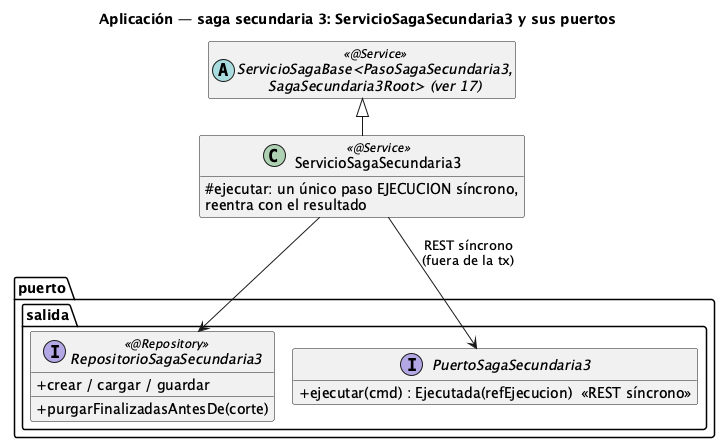
The PlantUML diagram order-manager/docs/21-clases-aplicacion-saga-secundaria3.png in ralcazar/patrones, before a commit. Its diagram source:
```plantuml
@startuml 21-clases-aplicacion-saga-secundaria3
title Aplicación — saga secundaria 3: ServicioSagaSecundaria3 y sus puertos
!pragma layout smetana
hide empty members
skinparam classAttributeIconSize 0

abstract class "ServicioSagaBase<PasoSagaSecundaria3,\nSagaSecundaria3Root> (ver 17)" as Base <<@Service>>

class ServicioSagaSecundaria3 <<@Service>> {
  #ejecutar: un único paso EJECUCION síncrono,\nreentra con el resultado
}

package "puerto.salida" {
  interface RepositorioSagaSecundaria3 <<@Repository>> {
    +crear / cargar / guardar
    +purgarFinalizadasAntesDe(corte)
  }
  interface PuertoSagaSecundaria3 {
    +ejecutar(cmd) : Ejecutada(refEjecucion)  «REST síncrono»
  }
}

Base <|-down- ServicioSagaSecundaria3
ServicioSagaSecundaria3 --> RepositorioSagaSecundaria3
ServicioSagaSecundaria3 --> PuertoSagaSecundaria3 : REST síncrono\n(fuera de la tx)
@enduml
```
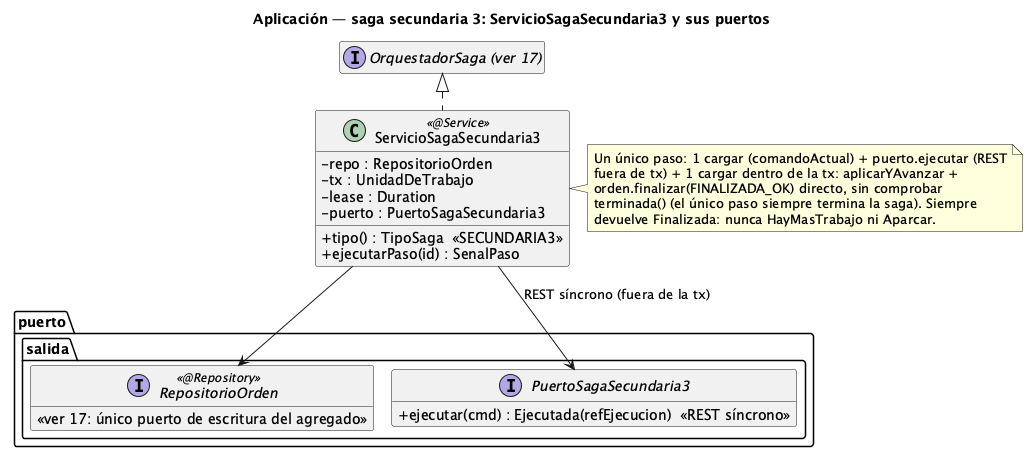
The same file after the commit.

What changed in the source:
```diff
@@ -4,23 +4,34 @@
 hide empty members
 skinparam classAttributeIconSize 0
 
-abstract class "ServicioSagaBase<PasoSagaSecundaria3,\nSagaSecundaria3Root> (ver 17)" as Base <<@Service>>
+interface "OrquestadorSaga (ver 17)" as Base
 
 class ServicioSagaSecundaria3 <<@Service>> {
-  #ejecutar: un único paso EJECUCION síncrono,\nreentra con el resultado
+  -repo : RepositorioOrden
+  -tx : UnidadDeTrabajo
+  -lease : Duration
+  -puerto : PuertoSagaSecundaria3
+  +tipo() : TipoSaga  «SECUNDARIA3»
+  +ejecutarPaso(id) : SenalPaso
 }
+note right of ServicioSagaSecundaria3
+  Un único paso: 1 cargar (comandoActual) + puerto.ejecutar (REST
+  fuera de tx) + 1 cargar dentro de la tx: aplicarYAvanzar +
+  orden.finalizar(FINALIZADA_OK) directo, sin comprobar
+  terminada() (el único paso siempre termina la saga). Siempre
+  devuelve Finalizada: nunca HayMasTrabajo ni Aparcar.
+end note
 
 package "puerto.salida" {
-  interface RepositorioSagaSecundaria3 <<@Repository>> {
-    +crear / cargar / guardar
-    +purgarFinalizadasAntesDe(corte)
+  interface RepositorioOrden <<@Repository>> {
+    «ver 17: único puerto de escritura del agregado»
   }
   interface PuertoSagaSecundaria3 {
     +ejecutar(cmd) : Ejecutada(refEjecucion)  «REST síncrono»
   }
 }
 
-Base <|-down- ServicioSagaSecundaria3
-ServicioSagaSecundaria3 --> RepositorioSagaSecundaria3
-ServicioSagaSecundaria3 --> PuertoSagaSecundaria3 : REST síncrono\n(fuera de la tx)
+Base <|.. ServicioSagaSecundaria3
+ServicioSagaSecundaria3 --> RepositorioOrden
+ServicioSagaSecundaria3 --> PuertoSagaSecundaria3 : REST síncrono (fuera de la tx)
 @enduml
```
